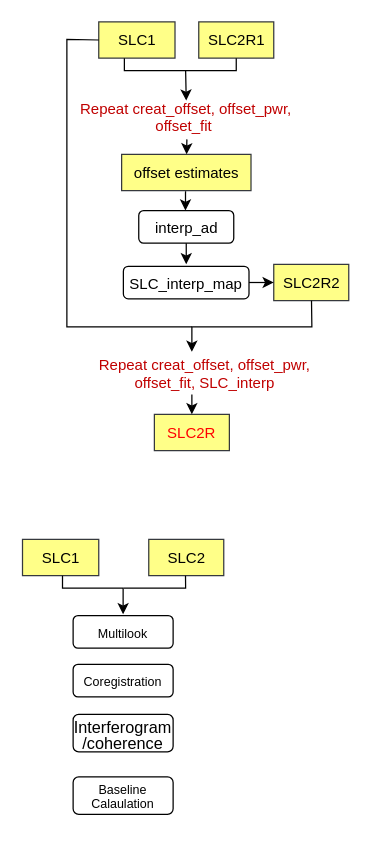
Above: FlowChart/InSAR_Processing_SAOCOM.drawio in LX850569127/DrawIO (draw.io), before the change. Source tidied: cells renumbered, new cells numbered last; positions are measured from the earlier drawing's top-left corner, leaving out a move shared by most shapes. Both pictures are drawn from the tidied source at 125%, with x=0, y=0 at pixel (22, 21).
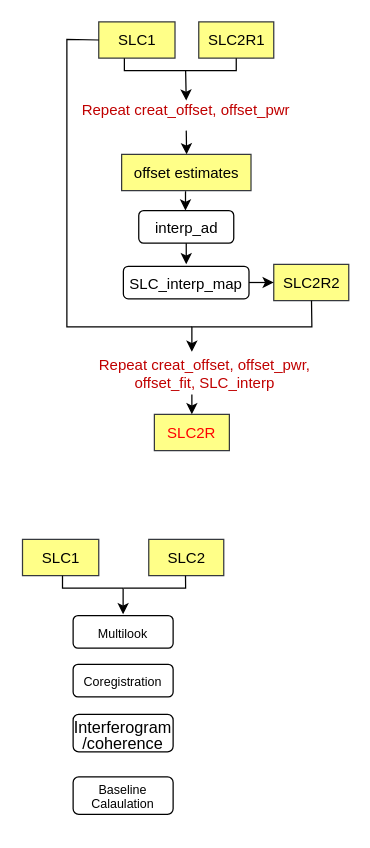
Above is the later version.

Change to the diagram source:
```diff
@@
-    <mxCell id="6" value="&lt;p style=&quot;language:en-CH;margin-top:0pt;margin-bottom:0pt;margin-left:0in;&lt;br/&gt;text-align:left;direction:ltr;unicode-bidi:embed;mso-line-break-override:none;&lt;br/&gt;word-break:normal;punctuation-wrap:hanging&quot;&gt;&lt;font color=&quot;#c00000&quot;&gt;Repeat creat_offset, offset_pwr, offset_fit&amp;nbsp;&lt;/font&gt;&lt;/p&gt;" style="text;whiteSpace=wrap;html=1;align=center;" parent="1" vertex="1">
-      <mxGeometry x="20" y="56" width="221" height="30" as="geometry" />
+    <mxCell id="6" value="&lt;p style=&quot;language:en-CH;margin-top:0pt;margin-bottom:0pt;margin-left:0in;&lt;br/&gt;text-align:left;direction:ltr;unicode-bidi:embed;mso-line-break-override:none;&lt;br/&gt;word-break:normal;punctuation-wrap:hanging&quot;&gt;&lt;font color=&quot;#c00000&quot;&gt;Repeat creat_offset, offset_pwr&lt;/font&gt;&lt;/p&gt;" style="text;whiteSpace=wrap;html=1;align=center;" parent="1" vertex="1">
+      <mxGeometry x="20" y="57" width="221" height="30" as="geometry" />
     </mxCell>
@@
-    <mxCell id="16" style="endArrow=classic;html=1;rounded=0;entryX=0.5;entryY=0;entryDx=0;entryDy=0;" parent="1" edge="1">
+    <mxCell id="16" style="endArrow=classic;html=1;rounded=0;entryX=0.5;entryY=0;entryDx=0;entryDy=0;exitX=0.5;exitY=1;exitDx=0;exitDy=0;" parent="1" edge="1" source="6">
       <mxGeometry relative="1" as="geometry">
-        <mxPoint x="131" y="94" as="sourcePoint" />
         <mxPoint x="130.8" y="106" as="targetPoint" />
       </mxGeometry>
     </mxCell>
```
